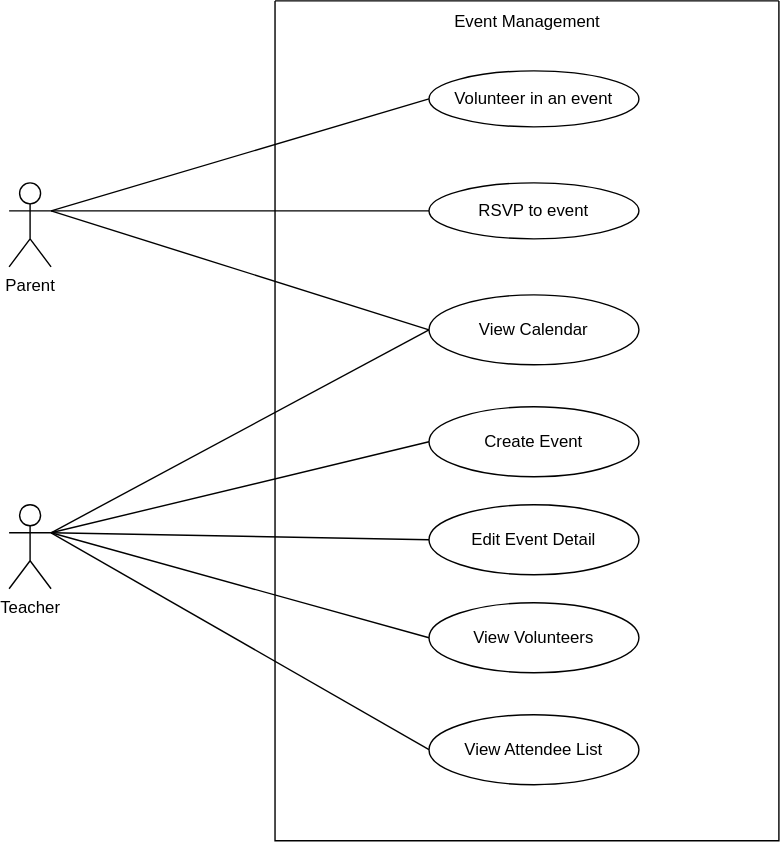
SethabaAT/test-use-cases-md keeps this draw.io diagram as event_management_usecase.drawio.svg. Above is the earlier version. Source tidied: cells renumbered, new cells last; positions are measured from the earlier drawing's top-left corner, leaving out a move shared by most shapes.
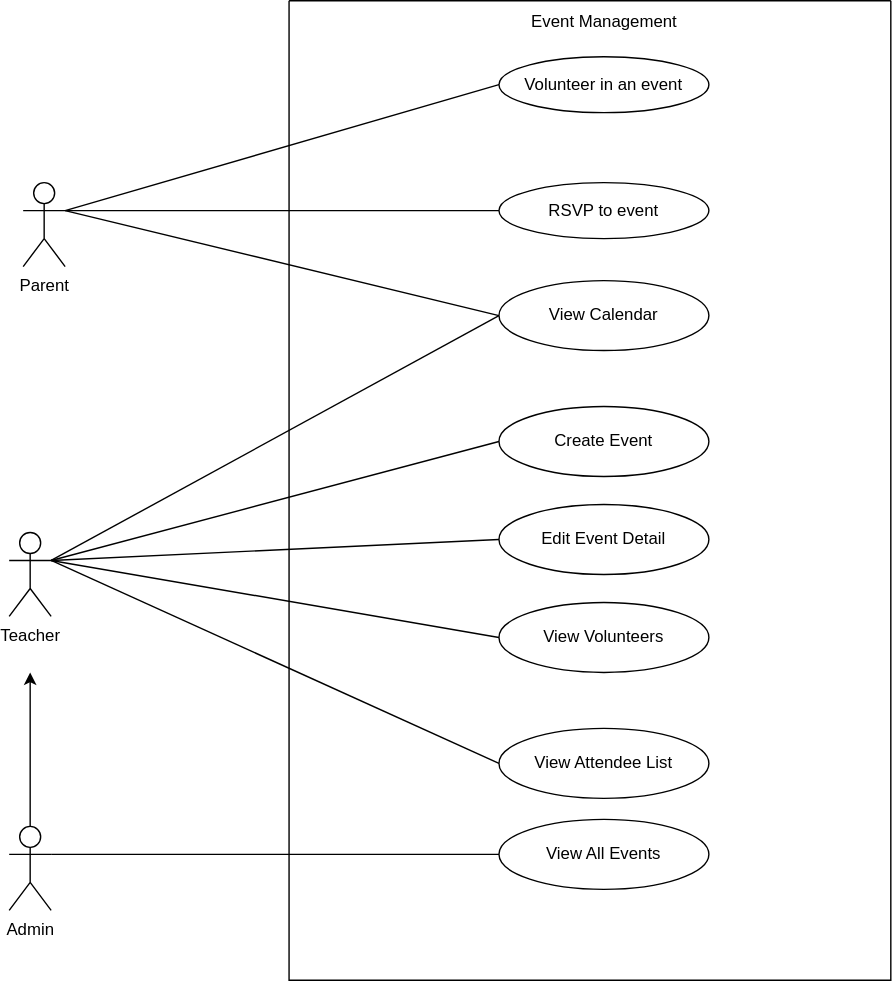
The same diagram one commit later.

What changed in the source:
```diff
@@ -6,23 +6,20 @@
       <mxGeometry y="360" width="30" height="60" as="geometry" />
     </mxCell>
     <mxCell id="3" style="swimlane;startSize=0;" parent="1" vertex="1">
-      <mxGeometry x="190" width="360" height="600" as="geometry" />
+      <mxGeometry x="200" y="-20" width="430" height="700" as="geometry" />
     </mxCell>
     <mxCell id="4" value="Event Management" style="text;html=1;align=center;verticalAlign=middle;strokeColor=none;fillColor=none;" parent="3" vertex="1">
-      <mxGeometry x="115" width="130" height="30" as="geometry" />
+      <mxGeometry x="160" width="130" height="30" as="geometry" />
     </mxCell>
     <mxCell id="5" value="Parent" style="shape=umlActor;verticalLabelPosition=bottom;verticalAlign=top;html=1;outlineConnect=0;" parent="3" vertex="1">
       <mxGeometry x="-190" y="130" width="30" height="60" as="geometry" />
     </mxCell>
     <mxCell id="6" value="Volunteer in an event" style="ellipse;whiteSpace=wrap;html=1;" parent="3" vertex="1">
-      <mxGeometry x="110" y="50" width="150" height="40" as="geometry" />
+      <mxGeometry x="150" y="40" width="150" height="40" as="geometry" />
     </mxCell>
     <mxCell id="7" value="RSVP to event" style="ellipse;whiteSpace=wrap;html=1;" parent="3" vertex="1">
-      <mxGeometry x="110" y="130" width="150" height="40" as="geometry" />
+      <mxGeometry x="150" y="130" width="150" height="40" as="geometry" />
     </mxCell>
-    <mxCell id="8" value="View Calendar" style="ellipse;whiteSpace=wrap;html=1;" parent="3" vertex="1">
-      <mxGeometry x="110" y="210" width="150" height="50" as="geometry" />
-    </mxCell>
     <mxCell id="9" style="endArrow=none;html=1;rounded=0;exitX=1;exitY=0.3333333333333333;exitDx=0;exitDy=0;exitPerimeter=0;entryX=0;entryY=0.5;entryDx=0;entryDy=0;" parent="3" edge="1" source="5" target="6">
       <mxGeometry relative="1" as="geometry" />
     </mxCell>
@@ -33,21 +30,25 @@
       <mxGeometry relative="1" as="geometry" />
     </mxCell>
     <mxCell id="12" value="Create Event" style="ellipse;whiteSpace=wrap;html=1;" parent="3" vertex="1">
-      <mxGeometry x="110" y="290" width="150" height="50" as="geometry" />
+      <mxGeometry x="150" y="290" width="150" height="50" as="geometry" />
     </mxCell>
     <mxCell id="13" value="Edit Event Detail" style="ellipse;whiteSpace=wrap;html=1;" parent="3" vertex="1">
-      <mxGeometry x="110" y="360" width="150" height="50" as="geometry" />
+      <mxGeometry x="150" y="360" width="150" height="50" as="geometry" />
     </mxCell>
     <mxCell id="14" value="View Volunteers" style="ellipse;whiteSpace=wrap;html=1;" parent="3" vertex="1">
-      <mxGeometry x="110" y="430" width="150" height="50" as="geometry" />
+      <mxGeometry x="150" y="430" width="150" height="50" as="geometry" />
     </mxCell>
     <mxCell id="15" value="View Attendee List" style="ellipse;whiteSpace=wrap;html=1;" parent="3" vertex="1">
-      <mxGeometry x="110" y="510" width="150" height="50" as="geometry" />
+      <mxGeometry x="150" y="520" width="150" height="50" as="geometry" />
     </mxCell>
+    <mxCell id="8" value="View Calendar" style="ellipse;whiteSpace=wrap;html=1;" parent="3" vertex="1">
+      <mxGeometry x="150" y="200" width="150" height="50" as="geometry" />
+    </mxCell>
+    <mxCell id="21" value="View All Events" style="ellipse;whiteSpace=wrap;html=1;" parent="3" vertex="1">
+      <mxGeometry x="150" y="585" width="150" height="50" as="geometry" />
+    </mxCell>
-    <mxCell id="16" style="endArrow=none;html=1;rounded=0;exitX=1;exitY=0.3333333333333333;exitDx=0;exitDy=0;exitPerimeter=0;" parent="1" edge="1" source="2">
-      <mxGeometry relative="1" as="geometry">
-        <mxPoint x="300" y="235" as="targetPoint" />
-      </mxGeometry>
+    <mxCell id="16" style="endArrow=none;html=1;rounded=0;exitX=1;exitY=0.3333333333333333;exitDx=0;exitDy=0;exitPerimeter=0;entryX=0;entryY=0.5;entryDx=0;entryDy=0;" parent="1" edge="1" source="2" target="8">
+      <mxGeometry relative="1" as="geometry" />
     </mxCell>
     <mxCell id="17" style="endArrow=none;html=1;rounded=0;entryX=0;entryY=0.5;entryDx=0;entryDy=0;exitX=1;exitY=0.3333333333333333;exitDx=0;exitDy=0;exitPerimeter=0;" parent="1" edge="1" source="2" target="12">
       <mxGeometry relative="1" as="geometry" />
@@ -61,5 +62,16 @@
     <mxCell id="20" style="endArrow=none;html=1;rounded=0;entryX=0;entryY=0.5;entryDx=0;entryDy=0;exitX=1;exitY=0.3333333333333333;exitDx=0;exitDy=0;exitPerimeter=0;" parent="1" edge="1" source="2" target="15">
       <mxGeometry relative="1" as="geometry" />
     </mxCell>
+    <mxCell id="22" style="edgeStyle=orthogonalEdgeStyle;rounded=0;jettySize=auto;html=1;" parent="1" edge="1" source="23">
+      <mxGeometry relative="1" as="geometry">
+        <mxPoint x="15" y="460" as="targetPoint" />
+      </mxGeometry>
+    </mxCell>
+    <mxCell id="23" value="Admin" style="shape=umlActor;verticalLabelPosition=bottom;verticalAlign=top;html=1;outlineConnect=0;" parent="1" vertex="1">
+      <mxGeometry y="570" width="30" height="60" as="geometry" />
+    </mxCell>
+    <mxCell id="24" style="endArrow=none;html=1;rounded=0;entryX=0;entryY=0.5;entryDx=0;entryDy=0;exitX=1;exitY=0.3333333333333333;exitDx=0;exitDy=0;exitPerimeter=0;" parent="1" edge="1" source="23" target="21">
+      <mxGeometry relative="1" as="geometry" />
+    </mxCell>
   </root>
 </mxGraphModel>
```
